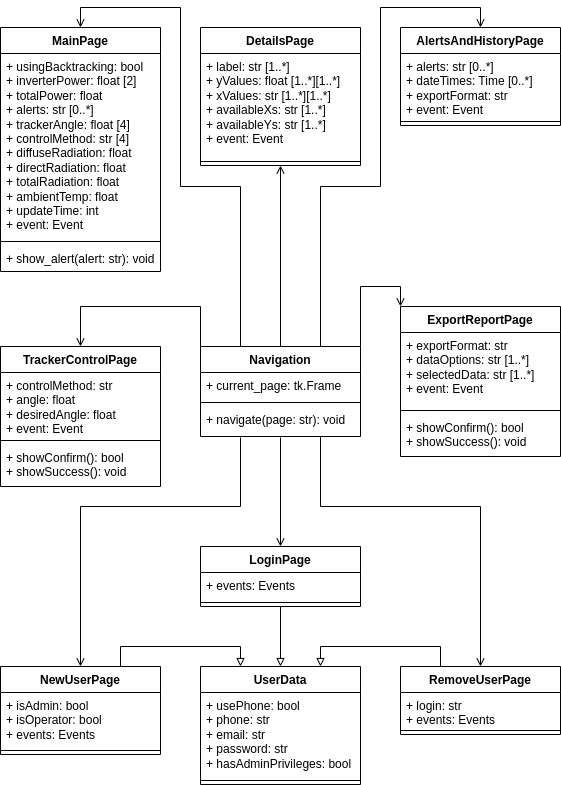
The draw.io diagram diagrama de classes - view.drawio.png in jaedson-barbosa/supervisorio-solar-ufpb-docs, before a commit. Source tidied: cells renumbered, new cells last; positions are measured from the earlier drawing's top-left corner, leaving out a move shared by most shapes.
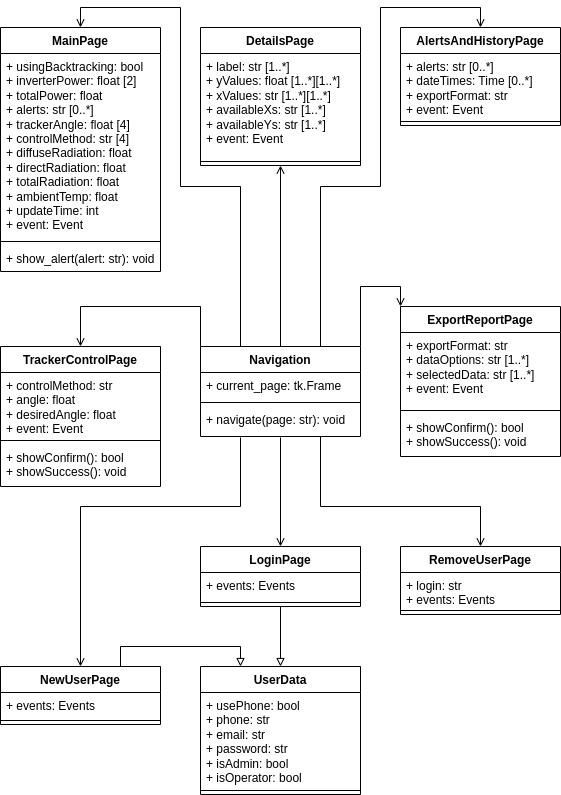
After the commit.

What changed in the source:
```diff
@@ -53,9 +53,6 @@
     <mxCell id="10" value="+ navigate(page: str): void" style="text;strokeColor=none;fillColor=none;align=left;verticalAlign=top;spacingLeft=4;spacingRight=4;overflow=hidden;points=[[0,0.5],[1,0.5]];portConstraint=eastwest;whiteSpace=wrap;html=1;" parent="7" vertex="1">
       <mxGeometry y="60" width="160" height="30" as="geometry" />
     </mxCell>
-    <mxCell id="11" style="edgeStyle=orthogonalEdgeStyle;rounded=0;jettySize=auto;html=1;exitX=0.25;exitY=0;exitDx=0;exitDy=0;entryX=0.75;entryY=0;entryDx=0;entryDy=0;endArrow=block;endFill=0;" parent="1" edge="1" source="13" target="31">
-      <mxGeometry relative="1" as="geometry" />
-    </mxCell>
     <mxCell id="12" style="edgeStyle=orthogonalEdgeStyle;rounded=0;jettySize=auto;html=1;exitX=0.5;exitY=0;exitDx=0;exitDy=0;entryX=0.75;entryY=1;entryDx=0;entryDy=0;entryPerimeter=0;endArrow=none;endFill=0;startArrow=open;startFill=0;" parent="1" edge="1" source="13" target="10">
       <mxGeometry relative="1" as="geometry">
         <Array as="points">
@@ -65,7 +62,7 @@
       </mxGeometry>
     </mxCell>
     <mxCell id="13" value="RemoveUserPage" style="swimlane;fontStyle=1;align=center;verticalAlign=top;horizontal=1;startSize=26;whiteSpace=wrap;html=1;" parent="1" vertex="1">
-      <mxGeometry x="400" y="659" width="160" height="68" as="geometry" />
+      <mxGeometry x="400" y="539" width="160" height="68" as="geometry" />
     </mxCell>
     <mxCell id="14" value="+ login: str&lt;br&gt;+ events: Events" style="text;strokeColor=none;fillColor=none;align=left;verticalAlign=top;spacingLeft=4;spacingRight=4;overflow=hidden;whiteSpace=wrap;html=1;" parent="13" vertex="1">
       <mxGeometry y="26" width="160" height="34" as="geometry" />
@@ -85,13 +82,13 @@
       </mxGeometry>
     </mxCell>
     <mxCell id="18" value="NewUserPage" style="swimlane;fontStyle=1;align=center;verticalAlign=top;horizontal=1;startSize=26;whiteSpace=wrap;html=1;" parent="1" vertex="1">
-      <mxGeometry y="659" width="160" height="88" as="geometry" />
+      <mxGeometry y="659" width="160" height="58" as="geometry" />
     </mxCell>
-    <mxCell id="19" value="+ isAdmin: bool&lt;br&gt;+ isOperator: bool&lt;br&gt;+ events: Events" style="text;strokeColor=none;fillColor=none;align=left;verticalAlign=top;spacingLeft=4;spacingRight=4;overflow=hidden;whiteSpace=wrap;html=1;" parent="18" vertex="1">
-      <mxGeometry y="26" width="160" height="54" as="geometry" />
+    <mxCell id="19" value="+ events: Events" style="text;strokeColor=none;fillColor=none;align=left;verticalAlign=top;spacingLeft=4;spacingRight=4;overflow=hidden;whiteSpace=wrap;html=1;" parent="18" vertex="1">
+      <mxGeometry y="26" width="160" height="24" as="geometry" />
     </mxCell>
     <mxCell id="20" style="line;strokeWidth=1;fillColor=none;align=left;verticalAlign=middle;spacingTop=-1;spacingLeft=3;spacingRight=3;labelPosition=right;strokeColor=inherit;" parent="18" vertex="1">
-      <mxGeometry y="80" width="160" height="8" as="geometry" />
+      <mxGeometry y="50" width="160" height="8" as="geometry" />
     </mxCell>
     <mxCell id="21" value="AlertsAndHistoryPage" style="swimlane;fontStyle=1;align=center;verticalAlign=top;horizontal=1;startSize=26;whiteSpace=wrap;html=1;" parent="1" vertex="1">
       <mxGeometry x="400" y="20" width="160" height="98" as="geometry" />
@@ -124,13 +121,13 @@
       <mxGeometry y="130" width="160" height="8" as="geometry" />
     </mxCell>
     <mxCell id="31" value="UserData" style="swimlane;fontStyle=1;align=center;verticalAlign=top;horizontal=1;startSize=26;whiteSpace=wrap;html=1;" parent="1" vertex="1">
-      <mxGeometry x="200" y="659" width="160" height="118" as="geometry" />
+      <mxGeometry x="200" y="659" width="160" height="128" as="geometry" />
     </mxCell>
-    <mxCell id="32" value="+ usePhone: bool&lt;br style=&quot;border-color: var(--border-color);&quot;&gt;+ phone: str&lt;br style=&quot;border-color: var(--border-color);&quot;&gt;+ email: str&lt;br style=&quot;border-color: var(--border-color);&quot;&gt;+ password: str&lt;br&gt;+ hasAdminPrivileges: bool" style="text;strokeColor=none;fillColor=none;align=left;verticalAlign=top;spacingLeft=4;spacingRight=4;overflow=hidden;whiteSpace=wrap;html=1;" parent="31" vertex="1">
-      <mxGeometry y="26" width="160" height="84" as="geometry" />
+    <mxCell id="32" value="+ usePhone: bool&lt;br style=&quot;border-color: var(--border-color);&quot;&gt;+ phone: str&lt;br style=&quot;border-color: var(--border-color);&quot;&gt;+ email: str&lt;br style=&quot;border-color: var(--border-color);&quot;&gt;+ password: str&lt;br&gt;+ isAdmin: bool&lt;br&gt;+ isOperator: bool" style="text;strokeColor=none;fillColor=none;align=left;verticalAlign=top;spacingLeft=4;spacingRight=4;overflow=hidden;whiteSpace=wrap;html=1;" parent="31" vertex="1">
+      <mxGeometry y="26" width="160" height="94" as="geometry" />
     </mxCell>
     <mxCell id="33" style="line;strokeWidth=1;fillColor=none;align=left;verticalAlign=middle;spacingTop=-1;spacingLeft=3;spacingRight=3;labelPosition=right;strokeColor=inherit;" parent="31" vertex="1">
-      <mxGeometry y="110" width="160" height="8" as="geometry" />
+      <mxGeometry y="120" width="160" height="8" as="geometry" />
     </mxCell>
     <mxCell id="34" value="ExportReportPage" style="swimlane;fontStyle=1;align=center;verticalAlign=top;horizontal=1;startSize=26;whiteSpace=wrap;html=1;" parent="1" vertex="1">
       <mxGeometry x="400" y="299" width="160" height="150" as="geometry" />
```
